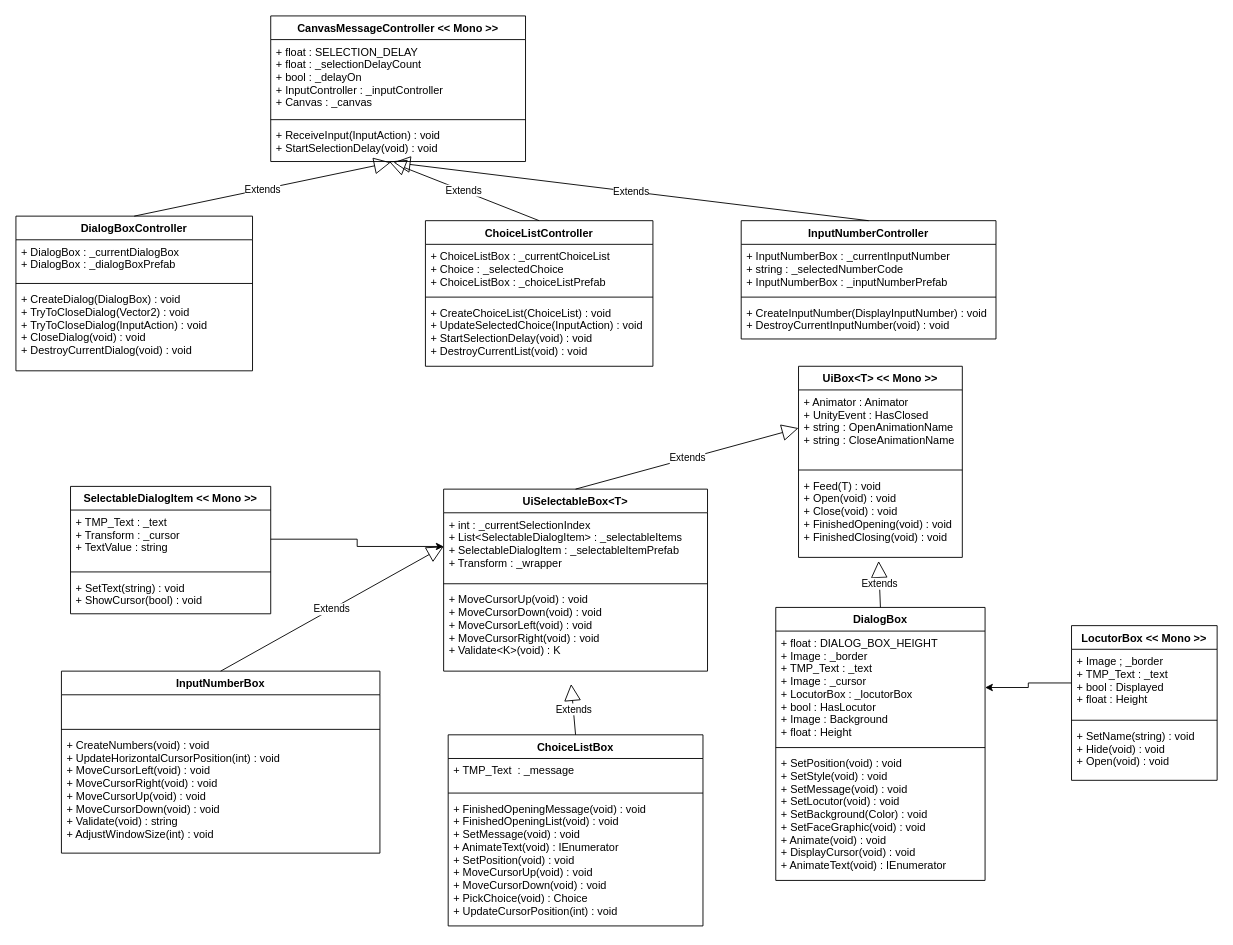
Before: page "Dialogs" (2 of 8) of Ace_Engine.drawio in MaximeJoly96/LC_Unity, a draw.io diagram. Source tidied: cells renumbered, new cells numbered last; positions are measured from the earlier drawing's top-left corner, leaving out a move shared by most shapes. Both pictures are drawn from the tidied source at 91%, with x=0, y=0 at pixel (15, 15).
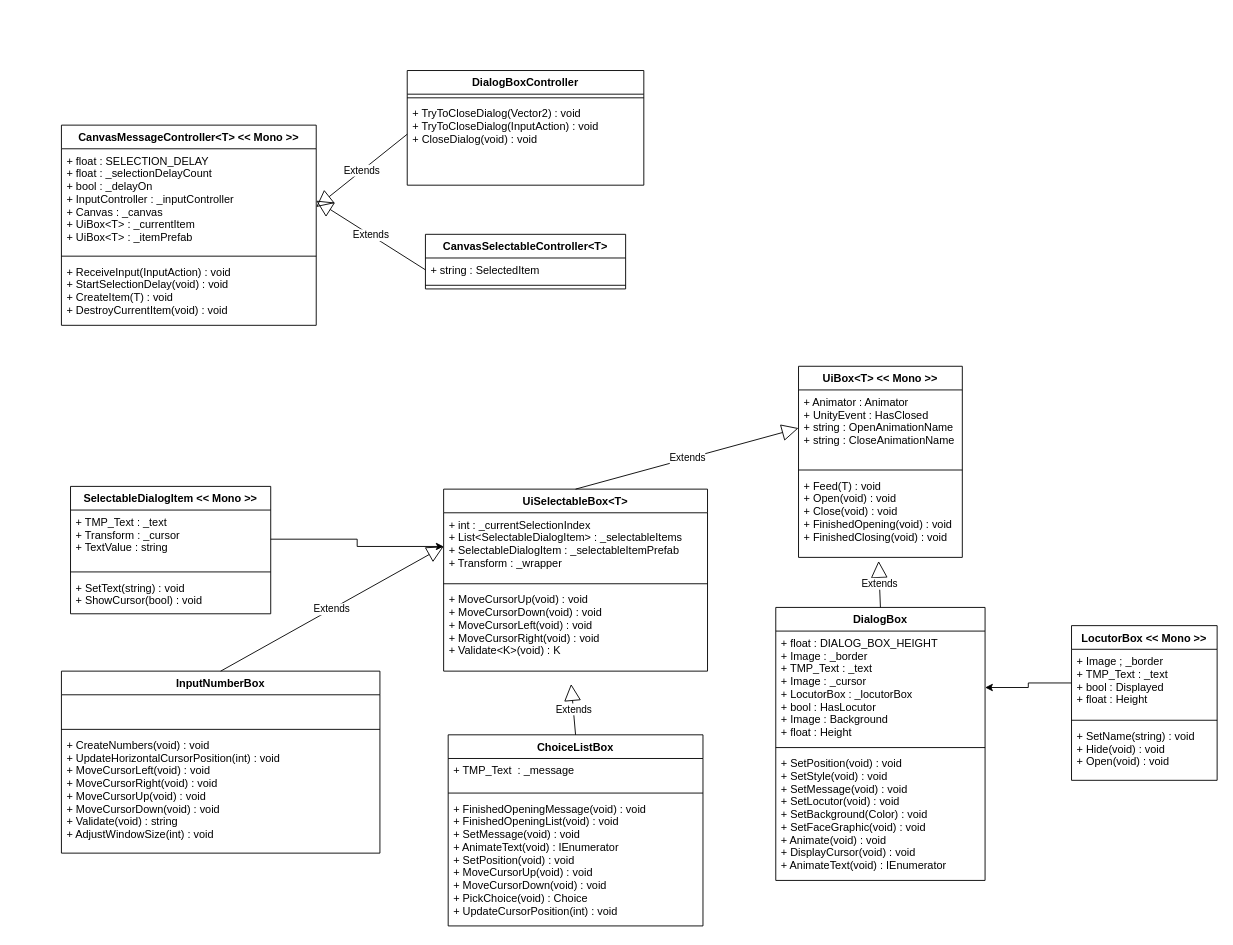
Above is the later version.

Change to the diagram source:
```diff
@@
     <mxCell id="2" value="DialogBoxController" style="swimlane;fontStyle=1;align=center;verticalAlign=top;horizontal=1;startSize=26;" parent="1" vertex="1">
-      <mxGeometry y="220" width="260" height="170" as="geometry" />
+      <mxGeometry x="430" y="60" width="260" height="126" as="geometry" />
     </mxCell>
-    <mxCell id="3" value="+ DialogBox : _currentDialogBox&#10;+ DialogBox : _dialogBoxPrefab" style="text;strokeColor=none;fillColor=none;align=left;verticalAlign=top;spacingLeft=4;spacingRight=4;overflow=hidden;" parent="2" vertex="1">
-      <mxGeometry y="26" width="260" height="44" as="geometry" />
-    </mxCell>
     <mxCell id="4" style="line;strokeWidth=1;fillColor=none;align=left;verticalAlign=middle;spacingTop=-1;spacingLeft=3;spacingRight=3;labelPosition=right;strokeColor=inherit;" parent="2" vertex="1">
-      <mxGeometry y="70" width="260" height="8" as="geometry" />
+      <mxGeometry y="26" width="260" height="8" as="geometry" />
     </mxCell>
-    <mxCell id="5" value="+ CreateDialog(DialogBox) : void&#10;+ TryToCloseDialog(Vector2) : void&#10;+ TryToCloseDialog(InputAction) : void&#10;+ CloseDialog(void) : void&#10;+ DestroyCurrentDialog(void) : void" style="text;strokeColor=none;fillColor=none;align=left;verticalAlign=top;spacingLeft=4;spacingRight=4;overflow=hidden;" parent="2" vertex="1">
-      <mxGeometry y="78" width="260" height="92" as="geometry" />
+    <mxCell id="5" value="+ TryToCloseDialog(Vector2) : void&#10;+ TryToCloseDialog(InputAction) : void&#10;+ CloseDialog(void) : void" style="text;strokeColor=none;fillColor=none;align=left;verticalAlign=top;spacingLeft=4;spacingRight=4;overflow=hidden;" parent="2" vertex="1">
+      <mxGeometry y="34" width="260" height="92" as="geometry" />
     </mxCell>
-    <mxCell id="6" value="ChoiceListController" style="swimlane;fontStyle=1;align=center;verticalAlign=top;horizontal=1;startSize=26;" parent="1" vertex="1">
-      <mxGeometry x="450" y="225" width="250" height="160" as="geometry" />
-    </mxCell>
-    <mxCell id="7" value="+ ChoiceListBox : _currentChoiceList&#10;+ Choice : _selectedChoice&#10;+ ChoiceListBox : _choiceListPrefab" style="text;strokeColor=none;fillColor=none;align=left;verticalAlign=top;spacingLeft=4;spacingRight=4;overflow=hidden;" parent="6" vertex="1">
-      <mxGeometry y="26" width="250" height="54" as="geometry" />
-    </mxCell>
-    <mxCell id="8" style="line;strokeWidth=1;fillColor=none;align=left;verticalAlign=middle;spacingTop=-1;spacingLeft=3;spacingRight=3;labelPosition=right;strokeColor=inherit;" parent="6" vertex="1">
-      <mxGeometry y="80" width="250" height="8" as="geometry" />
-    </mxCell>
-    <mxCell id="9" value="+ CreateChoiceList(ChoiceList) : void&#10;+ UpdateSelectedChoice(InputAction) : void&#10;+ StartSelectionDelay(void) : void&#10;+ DestroyCurrentList(void) : void" style="text;strokeColor=none;fillColor=none;align=left;verticalAlign=top;spacingLeft=4;spacingRight=4;overflow=hidden;" parent="6" vertex="1">
-      <mxGeometry y="88" width="250" height="72" as="geometry" />
-    </mxCell>
@@
-    <mxCell id="26" value="CanvasMessageController &lt;&lt; Mono &gt;&gt;" style="swimlane;fontStyle=1;align=center;verticalAlign=top;horizontal=1;startSize=26;" parent="1" vertex="1">
-      <mxGeometry x="280" width="280" height="160" as="geometry" />
+    <mxCell id="26" value="CanvasMessageController&lt;T&gt; &lt;&lt; Mono &gt;&gt;" style="swimlane;fontStyle=1;align=center;verticalAlign=top;horizontal=1;startSize=26;" parent="1" vertex="1">
+      <mxGeometry x="50" y="120" width="280" height="220" as="geometry" />
     </mxCell>
-    <mxCell id="27" value="+ float : SELECTION_DELAY&#10;+ float : _selectionDelayCount&#10;+ bool : _delayOn&#10;+ InputController : _inputController&#10;+ Canvas : _canvas" style="text;strokeColor=none;fillColor=none;align=left;verticalAlign=top;spacingLeft=4;spacingRight=4;overflow=hidden;points=[[0,0.5],[1,0.5]];portConstraint=eastwest;" parent="26" vertex="1">
-      <mxGeometry y="26" width="280" height="84" as="geometry" />
+    <mxCell id="27" value="+ float : SELECTION_DELAY&#10;+ float : _selectionDelayCount&#10;+ bool : _delayOn&#10;+ InputController : _inputController&#10;+ Canvas : _canvas&#10;+ UiBox&lt;T&gt; : _currentItem&#10;+ UiBox&lt;T&gt; : _itemPrefab" style="text;strokeColor=none;fillColor=none;align=left;verticalAlign=top;spacingLeft=4;spacingRight=4;overflow=hidden;points=[[0,0.5],[1,0.5]];portConstraint=eastwest;" parent="26" vertex="1">
+      <mxGeometry y="26" width="280" height="114" as="geometry" />
     </mxCell>
     <mxCell id="28" style="line;strokeWidth=1;fillColor=none;align=left;verticalAlign=middle;spacingTop=-1;spacingLeft=3;spacingRight=3;labelPosition=right;strokeColor=inherit;" parent="26" vertex="1">
-      <mxGeometry y="110" width="280" height="8" as="geometry" />
+      <mxGeometry y="140" width="280" height="8" as="geometry" />
     </mxCell>
-    <mxCell id="29" value="+ ReceiveInput(InputAction) : void&#10;+ StartSelectionDelay(void) : void" style="text;strokeColor=none;fillColor=none;align=left;verticalAlign=top;spacingLeft=4;spacingRight=4;overflow=hidden;points=[[0,0.5],[1,0.5]];portConstraint=eastwest;" parent="26" vertex="1">
-      <mxGeometry y="118" width="280" height="42" as="geometry" />
+    <mxCell id="29" value="+ ReceiveInput(InputAction) : void&#10;+ StartSelectionDelay(void) : void&#10;+ CreateItem(T) : void&#10;+ DestroyCurrentItem(void) : void" style="text;strokeColor=none;fillColor=none;align=left;verticalAlign=top;spacingLeft=4;spacingRight=4;overflow=hidden;points=[[0,0.5],[1,0.5]];portConstraint=eastwest;" parent="26" vertex="1">
+      <mxGeometry y="148" width="280" height="72" as="geometry" />
     </mxCell>
-    <mxCell id="30" value="Extends" style="endArrow=block;endSize=16;endFill=0;html=1;rounded=0;exitX=0.5;exitY=0;exitDx=0;exitDy=0;entryX=0.471;entryY=1.024;entryDx=0;entryDy=0;entryPerimeter=0;" parent="1" edge="1" source="2" target="29">
-      <mxGeometry relative="1" as="geometry" />
-    </mxCell>
-    <mxCell id="31" value="Extends" style="endArrow=block;endSize=16;endFill=0;html=1;rounded=0;exitX=0.5;exitY=0;exitDx=0;exitDy=0;" parent="1" edge="1" source="6">
-      <mxGeometry relative="1" as="geometry">
-        <mxPoint x="410" y="160" as="targetPoint" />
-      </mxGeometry>
-    </mxCell>
-    <mxCell id="32" value="InputNumberController" style="swimlane;fontStyle=1;align=center;verticalAlign=top;horizontal=1;startSize=26;" parent="1" vertex="1">
-      <mxGeometry x="797" y="225" width="280" height="130" as="geometry" />
-    </mxCell>
-    <mxCell id="33" value="+ InputNumberBox : _currentInputNumber&#10;+ string : _selectedNumberCode&#10;+ InputNumberBox : _inputNumberPrefab" style="text;strokeColor=none;fillColor=none;align=left;verticalAlign=top;spacingLeft=4;spacingRight=4;overflow=hidden;" parent="32" vertex="1">
-      <mxGeometry y="26" width="280" height="54" as="geometry" />
-    </mxCell>
-    <mxCell id="34" style="line;strokeWidth=1;fillColor=none;align=left;verticalAlign=middle;spacingTop=-1;spacingLeft=3;spacingRight=3;labelPosition=right;strokeColor=inherit;" parent="32" vertex="1">
-      <mxGeometry y="80" width="280" height="8" as="geometry" />
-    </mxCell>
-    <mxCell id="35" value="+ CreateInputNumber(DisplayInputNumber) : void&#10;+ DestroyCurrentInputNumber(void) : void" style="text;strokeColor=none;fillColor=none;align=left;verticalAlign=top;spacingLeft=4;spacingRight=4;overflow=hidden;" parent="32" vertex="1">
-      <mxGeometry y="88" width="280" height="42" as="geometry" />
-    </mxCell>
-    <mxCell id="36" value="Extends" style="endArrow=block;endSize=16;endFill=0;html=1;rounded=0;exitX=0.5;exitY=0;exitDx=0;exitDy=0;entryX=0.482;entryY=1.024;entryDx=0;entryDy=0;entryPerimeter=0;" parent="1" edge="1" source="32" target="29">
-      <mxGeometry relative="1" as="geometry" />
-    </mxCell>
@@
+    <mxCell id="55" value="CanvasSelectableController&lt;T&gt;" style="swimlane;fontStyle=1;align=center;verticalAlign=top;horizontal=1;startSize=26;" parent="1" vertex="1">
+      <mxGeometry x="450" y="240" width="220" height="60" as="geometry" />
+    </mxCell>
+    <mxCell id="56" value="+ string : SelectedItem" style="text;strokeColor=none;fillColor=none;align=left;verticalAlign=top;spacingLeft=4;spacingRight=4;overflow=hidden;points=[[0,0.5],[1,0.5]];portConstraint=eastwest;" parent="55" vertex="1">
+      <mxGeometry y="26" width="220" height="26" as="geometry" />
+    </mxCell>
+    <mxCell id="57" style="line;strokeWidth=1;fillColor=none;align=left;verticalAlign=middle;spacingTop=-1;spacingLeft=3;spacingRight=3;labelPosition=right;strokeColor=inherit;" parent="55" vertex="1">
+      <mxGeometry y="52" width="220" height="8" as="geometry" />
+    </mxCell>
+    <mxCell id="58" value="Extends" style="endArrow=block;endSize=16;endFill=0;html=1;rounded=0;exitX=0;exitY=0.5;exitDx=0;exitDy=0;entryX=1;entryY=0.5;entryDx=0;entryDy=0;" parent="1" edge="1" source="56" target="27">
+      <mxGeometry relative="1" as="geometry" />
+    </mxCell>
+    <mxCell id="59" value="Extends" style="endArrow=block;endSize=16;endFill=0;html=1;rounded=0;" parent="1" edge="1">
+      <mxGeometry relative="1" as="geometry">
+        <mxPoint x="430" y="130" as="sourcePoint" />
+        <mxPoint x="330" y="210" as="targetPoint" />
+      </mxGeometry>
+    </mxCell>
```
